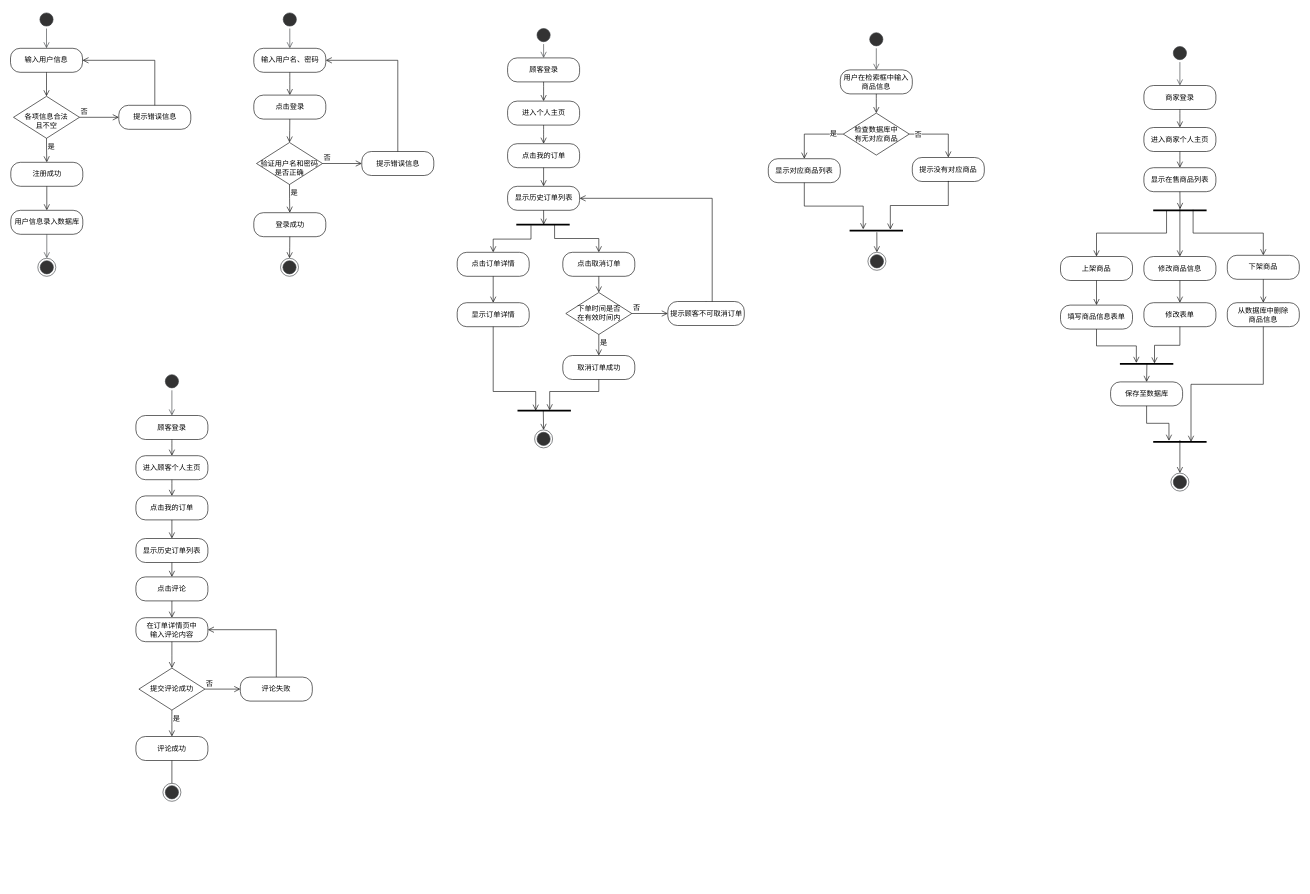
Earlier version of the draw.io diagram 数据库子功能流程图.drawio (guokaichina/database-ER). Source tidied: cells renumbered, new cells numbered last; positions are measured from the earlier drawing's top-left corner, leaving out a move shared by most shapes. Both pictures are drawn from the tidied source at 60%, with x=0, y=0 at pixel (10, 10).
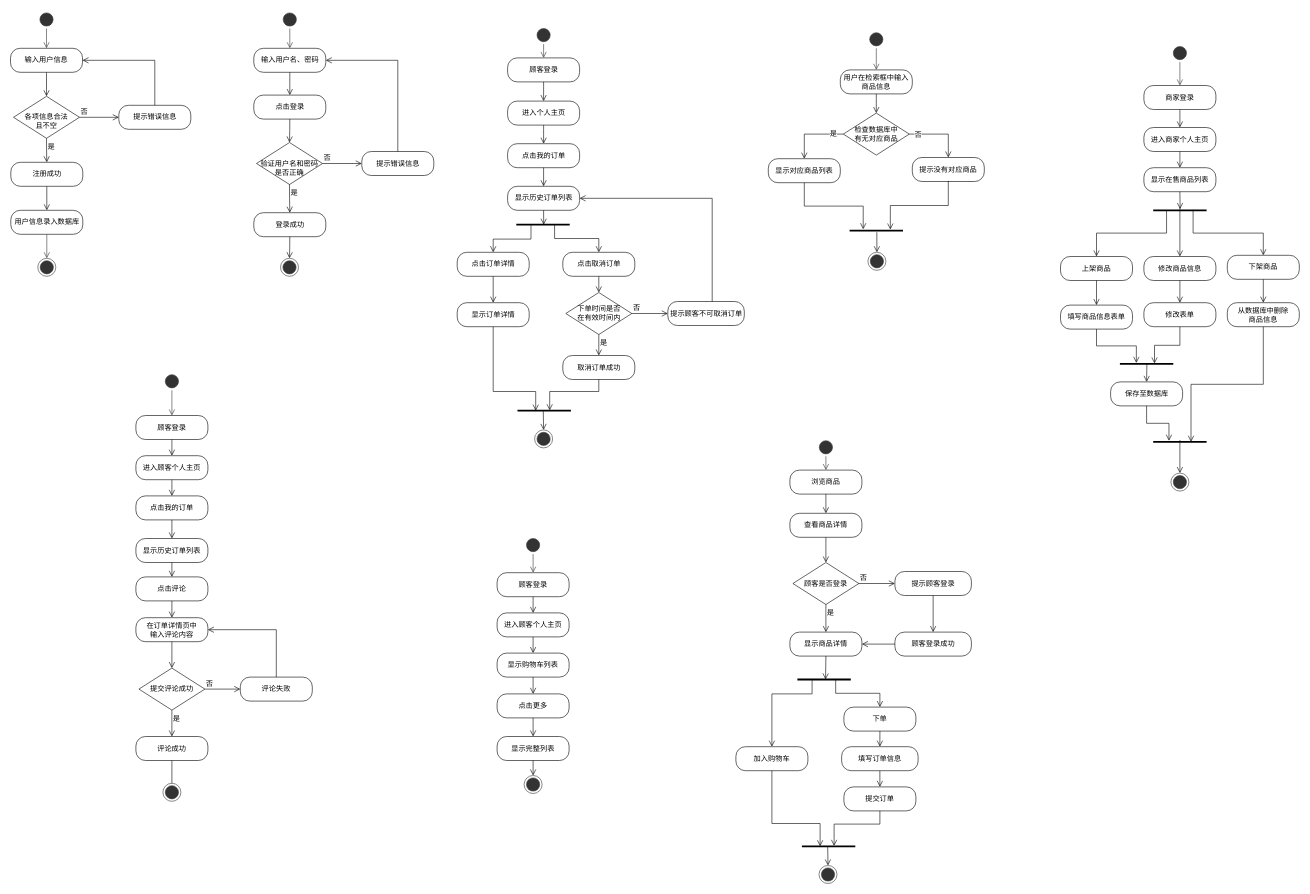
After the change.

Commit message (it also covers changes not shown here):
更新数据库子功能流程图.drawio

What changed in the source:
```diff
@@
+    <mxCell id="127" style="ellipse;html=1;shape=startState;fillColor=#333333;strokeColor=#36393d;" parent="1" vertex="1">
+      <mxGeometry x="856" y="876" width="30" height="30" as="geometry" />
+    </mxCell>
+    <mxCell id="128" style="html=1;verticalAlign=bottom;endArrow=open;endSize=8;rounded=0;targetPerimeterSpacing=8;entryX=0.5;entryY=0;entryDx=0;entryDy=0;fontStyle=0;fontSize=12;startArrow=none;exitX=0.5;exitY=1;exitDx=0;exitDy=0;fillColor=#eeeeee;strokeColor=#36393d;" parent="1" edge="1" source="127" target="129">
+      <mxGeometry relative="1" as="geometry" />
+    </mxCell>
+    <mxCell id="129" value="顾客登录" style="rounded=1;whiteSpace=wrap;html=1;arcSize=40;fontStyle=0;fontSize=12;" parent="1" vertex="1">
+      <mxGeometry x="811" y="937" width="120" height="40" as="geometry" />
+    </mxCell>
+    <mxCell id="130" style="edgeStyle=orthogonalEdgeStyle;html=1;verticalAlign=bottom;endArrow=open;endSize=8;rounded=0;sourcePerimeterSpacing=8;targetPerimeterSpacing=8;curved=1;exitX=0.5;exitY=1;exitDx=0;exitDy=0;fontStyle=0;fontSize=12;entryX=0.5;entryY=0;entryDx=0;entryDy=0;" parent="1" edge="1" source="129" target="131">
+      <mxGeometry relative="1" as="geometry" />
+    </mxCell>
+    <mxCell id="131" value="进入顾客个人主页" style="rounded=1;whiteSpace=wrap;html=1;arcSize=40;fontStyle=0;fontSize=12;" parent="1" vertex="1">
+      <mxGeometry x="811" y="1004" width="120" height="40" as="geometry" />
+    </mxCell>
+    <mxCell id="132" style="edgeStyle=orthogonalEdgeStyle;html=1;verticalAlign=bottom;endArrow=open;endSize=8;rounded=0;sourcePerimeterSpacing=8;targetPerimeterSpacing=8;curved=1;exitX=0.5;exitY=1;exitDx=0;exitDy=0;fontStyle=0;fontSize=12;entryX=0.5;entryY=0;entryDx=0;entryDy=0;" parent="1" edge="1" source="131" target="133">
+      <mxGeometry relative="1" as="geometry" />
+    </mxCell>
+    <mxCell id="133" value="显示购物车列表" style="rounded=1;whiteSpace=wrap;html=1;arcSize=40;fontStyle=0;fontSize=12;" parent="1" vertex="1">
+      <mxGeometry x="811" y="1071" width="120" height="40" as="geometry" />
+    </mxCell>
+    <mxCell id="134" style="html=1;verticalAlign=bottom;endArrow=open;endSize=8;rounded=0;sourcePerimeterSpacing=8;targetPerimeterSpacing=8;exitX=0.5;exitY=1;exitDx=0;exitDy=0;fontStyle=0;fontSize=12;entryX=0.5;entryY=0;entryDx=0;entryDy=0;" parent="1" edge="1" source="133" target="135">
+      <mxGeometry relative="1" as="geometry" />
+    </mxCell>
+    <mxCell id="135" value="点击更多" style="rounded=1;whiteSpace=wrap;html=1;arcSize=40;fontStyle=0;fontSize=12;" parent="1" vertex="1">
+      <mxGeometry x="811" y="1139" width="120" height="40" as="geometry" />
+    </mxCell>
+    <mxCell id="136" style="edgeStyle=orthogonalEdgeStyle;html=1;verticalAlign=bottom;endArrow=open;endSize=8;rounded=0;sourcePerimeterSpacing=8;targetPerimeterSpacing=8;curved=1;exitX=0.5;exitY=1;exitDx=0;exitDy=0;entryX=0.5;entryY=0;entryDx=0;entryDy=0;fontStyle=0;fontSize=12;" parent="1" edge="1" source="135" target="137">
+      <mxGeometry relative="1" as="geometry" />
+    </mxCell>
+    <mxCell id="137" value="显示完整列表" style="rounded=1;whiteSpace=wrap;html=1;arcSize=40;fontStyle=0;fontSize=12;" parent="1" vertex="1">
+      <mxGeometry x="811" y="1210" width="120" height="40" as="geometry" />
+    </mxCell>
+    <mxCell id="138" style="ellipse;html=1;shape=endState;fillColor=#333333;strokeColor=#36393d;" parent="1" vertex="1">
+      <mxGeometry x="856" y="1275" width="30" height="30" as="geometry" />
+    </mxCell>
+    <mxCell id="139" style="html=1;verticalAlign=bottom;endArrow=open;endSize=8;rounded=0;sourcePerimeterSpacing=8;fontStyle=0;fontSize=12;entryX=0.5;entryY=0;entryDx=0;entryDy=0;exitX=0.5;exitY=1;exitDx=0;exitDy=0;endFill=0;" parent="1" edge="1" source="137" target="138">
+      <mxGeometry relative="1" as="geometry" />
+    </mxCell>
+    <mxCell id="140" style="html=1;verticalAlign=bottom;endArrow=open;endSize=8;rounded=0;targetPerimeterSpacing=8;entryX=0.5;entryY=0;entryDx=0;entryDy=0;fontStyle=0;fontSize=12;startArrow=none;exitX=0.5;exitY=1;exitDx=0;exitDy=0;fillColor=#eeeeee;strokeColor=#36393d;" parent="1" edge="1" source="145" target="141">
+      <mxGeometry relative="1" as="geometry" />
+    </mxCell>
+    <mxCell id="141" value="浏览商品" style="rounded=1;whiteSpace=wrap;html=1;arcSize=40;fontStyle=0;fontSize=12;" parent="1" vertex="1">
+      <mxGeometry x="1299" y="766" width="120" height="40" as="geometry" />
+    </mxCell>
+    <mxCell id="142" style="edgeStyle=orthogonalEdgeStyle;html=1;verticalAlign=bottom;endArrow=open;endSize=8;rounded=0;sourcePerimeterSpacing=8;targetPerimeterSpacing=8;curved=1;exitX=0.5;exitY=1;exitDx=0;exitDy=0;entryX=0.5;entryY=0;entryDx=0;entryDy=0;fontStyle=0;fontSize=12;" parent="1" edge="1" source="141" target="146">
+      <mxGeometry relative="1" as="geometry" />
+    </mxCell>
+    <mxCell id="143" style="html=1;verticalAlign=bottom;endArrow=open;endSize=8;rounded=0;sourcePerimeterSpacing=8;targetPerimeterSpacing=8;exitX=0.483;exitY=0.5;exitDx=0;exitDy=0;entryX=0.5;entryY=0;entryDx=0;entryDy=0;fontStyle=0;fontSize=12;exitPerimeter=0;" parent="1" edge="1" source="160" target="144">
+      <mxGeometry relative="1" as="geometry" />
+    </mxCell>
+    <mxCell id="144" style="ellipse;html=1;shape=endState;fillColor=#333333;strokeColor=#36393d;" parent="1" vertex="1">
+      <mxGeometry x="1347.5" y="1425" width="30" height="30" as="geometry" />
+    </mxCell>
+    <mxCell id="145" style="ellipse;html=1;shape=startState;fillColor=#333333;strokeColor=#36393d;" parent="1" vertex="1">
+      <mxGeometry x="1344" y="713" width="30" height="30" as="geometry" />
+    </mxCell>
+    <mxCell id="146" value="查看商品详情" style="rounded=1;whiteSpace=wrap;html=1;arcSize=40;fontStyle=0;fontSize=12;" parent="1" vertex="1">
+      <mxGeometry x="1299" y="838" width="120" height="40" as="geometry" />
+    </mxCell>
+    <mxCell id="147" style="edgeStyle=orthogonalEdgeStyle;html=1;verticalAlign=bottom;endArrow=open;endSize=8;rounded=0;sourcePerimeterSpacing=8;targetPerimeterSpacing=8;curved=1;exitX=0.5;exitY=1;exitDx=0;exitDy=0;entryX=0.5;entryY=0;entryDx=0;entryDy=0;fontStyle=0;fontSize=12;" parent="1" edge="1" source="146" target="162">
+      <mxGeometry relative="1" as="geometry" />
+    </mxCell>
+    <mxCell id="148" value="显示商品详情" style="rounded=1;whiteSpace=wrap;html=1;arcSize=40;fontStyle=0;fontSize=12;" parent="1" vertex="1">
+      <mxGeometry x="1299" y="1036" width="120" height="40" as="geometry" />
+    </mxCell>
+    <mxCell id="149" style="html=1;verticalAlign=bottom;endArrow=open;endSize=8;rounded=0;sourcePerimeterSpacing=8;targetPerimeterSpacing=8;exitX=0.5;exitY=1;exitDx=0;exitDy=0;fontStyle=0;fontSize=12;entryX=0.527;entryY=0.486;entryDx=0;entryDy=0;entryPerimeter=0;" parent="1" edge="1" source="148" target="150">
+      <mxGeometry relative="1" as="geometry" />
+    </mxCell>
+    <mxCell id="150" style="line;strokeWidth=3;fillColor=none;align=left;verticalAlign=middle;spacingTop=-1;spacingLeft=3;spacingRight=3;labelPosition=right;points=[];portConstraint=eastwest;strokeColor=inherit;fontSize=12;" parent="1" vertex="1">
+      <mxGeometry x="1311.5" y="1111" width="89" height="8" as="geometry" />
+    </mxCell>
+    <mxCell id="151" value="加入购物车" style="rounded=1;whiteSpace=wrap;html=1;arcSize=40;fontStyle=0;fontSize=12;" parent="1" vertex="1">
+      <mxGeometry x="1209" y="1227" width="120" height="40" as="geometry" />
+    </mxCell>
+    <mxCell id="152" value="下单" style="rounded=1;whiteSpace=wrap;html=1;arcSize=40;fontStyle=0;fontSize=12;" parent="1" vertex="1">
+      <mxGeometry x="1389" y="1161" width="120" height="40" as="geometry" />
+    </mxCell>
+    <mxCell id="153" style="html=1;verticalAlign=bottom;endArrow=open;endSize=8;rounded=0;sourcePerimeterSpacing=8;targetPerimeterSpacing=8;exitX=0.275;exitY=0.625;exitDx=0;exitDy=0;fontStyle=0;fontSize=12;entryX=0.5;entryY=0;entryDx=0;entryDy=0;exitPerimeter=0;edgeStyle=elbowEdgeStyle;elbow=vertical;" parent="1" edge="1" source="150" target="151">
+      <mxGeometry relative="1" as="geometry">
+        <Array as="points">
+          <mxPoint x="1316" y="1139" />
+        </Array>
+      </mxGeometry>
+    </mxCell>
+    <mxCell id="154" style="html=1;verticalAlign=bottom;endArrow=open;endSize=8;rounded=0;sourcePerimeterSpacing=8;targetPerimeterSpacing=8;exitX=0.717;exitY=0.458;exitDx=0;exitDy=0;fontStyle=0;fontSize=12;entryX=0.5;entryY=0;entryDx=0;entryDy=0;exitPerimeter=0;edgeStyle=elbowEdgeStyle;elbow=vertical;" parent="1" edge="1" source="150" target="152">
+      <mxGeometry relative="1" as="geometry" />
+    </mxCell>
+    <mxCell id="155" style="html=1;align=left;verticalAlign=top;endArrow=open;endSize=8;rounded=0;sourcePerimeterSpacing=8;targetPerimeterSpacing=8;exitX=0.5;exitY=1;exitDx=0;exitDy=0;entryX=0.5;entryY=0;entryDx=0;entryDy=0;fontStyle=0;fontSize=12;" parent="1" edge="1" source="156" target="158">
+      <mxGeometry x="1" y="226" relative="1" as="geometry">
+        <mxPoint x="-2" y="30" as="offset" />
+      </mxGeometry>
+    </mxCell>
+    <mxCell id="156" value="填写订单信息" style="rounded=1;whiteSpace=wrap;html=1;arcSize=40;fontStyle=0;fontSize=12;" parent="1" vertex="1">
+      <mxGeometry x="1385.2" y="1227" width="127.5" height="40" as="geometry" />
+    </mxCell>
+    <mxCell id="157" style="edgeStyle=orthogonalEdgeStyle;html=1;align=left;verticalAlign=top;endArrow=open;endSize=8;rounded=0;sourcePerimeterSpacing=8;targetPerimeterSpacing=8;curved=1;exitX=0.5;exitY=1;exitDx=0;exitDy=0;entryX=0.5;entryY=0;entryDx=0;entryDy=0;fontStyle=0;fontSize=12;" parent="1" edge="1" source="152" target="156">
+      <mxGeometry x="-1" relative="1" as="geometry" />
+    </mxCell>
+    <mxCell id="158" value="提交订单" style="rounded=1;whiteSpace=wrap;html=1;arcSize=40;fontStyle=0;fontSize=12;" parent="1" vertex="1">
+      <mxGeometry x="1389" y="1294" width="120" height="40" as="geometry" />
+    </mxCell>
+    <mxCell id="159" style="edgeStyle=elbowEdgeStyle;html=1;verticalAlign=bottom;endArrow=open;endSize=8;rounded=0;sourcePerimeterSpacing=8;targetPerimeterSpacing=8;exitX=0.5;exitY=1;exitDx=0;exitDy=0;entryX=0.603;entryY=0.417;entryDx=0;entryDy=0;fontStyle=0;fontSize=12;entryPerimeter=0;elbow=vertical;" parent="1" edge="1" source="158" target="160">
+      <mxGeometry relative="1" as="geometry">
+        <Array as="points">
+          <mxPoint x="1393" y="1356" />
+          <mxPoint x="1420.5" y="1362" />
+        </Array>
+      </mxGeometry>
+    </mxCell>
+    <mxCell id="160" style="line;strokeWidth=3;fillColor=none;align=left;verticalAlign=middle;spacingTop=-1;spacingLeft=3;spacingRight=3;labelPosition=right;points=[];portConstraint=eastwest;strokeColor=inherit;fontSize=12;" parent="1" vertex="1">
+      <mxGeometry x="1319" y="1389" width="89" height="8" as="geometry" />
+    </mxCell>
+    <mxCell id="161" style="html=1;verticalAlign=bottom;endArrow=open;endSize=8;rounded=0;sourcePerimeterSpacing=8;targetPerimeterSpacing=8;exitX=0.5;exitY=1;exitDx=0;exitDy=0;fontStyle=0;fontSize=12;entryX=0.341;entryY=0.5;entryDx=0;entryDy=0;entryPerimeter=0;edgeStyle=elbowEdgeStyle;elbow=vertical;" parent="1" edge="1" source="151" target="160">
+      <mxGeometry relative="1" as="geometry">
+        <Array as="points">
+          <mxPoint x="1304" y="1355" />
+          <mxPoint x="1297" y="1379" />
+          <mxPoint x="1313" y="1393" />
+          <mxPoint x="1306" y="1410" />
+        </Array>
+      </mxGeometry>
+    </mxCell>
+    <mxCell id="162" value="顾客是否登录" style="rhombus;whiteSpace=wrap;html=1;fontStyle=0;fontSize=12;" parent="1" vertex="1">
+      <mxGeometry x="1304" y="920" width="110" height="70" as="geometry" />
+    </mxCell>
+    <mxCell id="163" value="否" style="html=1;align=left;verticalAlign=bottom;endArrow=open;endSize=8;rounded=0;sourcePerimeterSpacing=8;targetPerimeterSpacing=8;exitX=1;exitY=0.5;exitDx=0;exitDy=0;entryX=0;entryY=0.5;entryDx=0;entryDy=0;fontStyle=0;fontSize=12;" parent="1" edge="1" source="162" target="165">
+      <mxGeometry x="-1" relative="1" as="geometry" />
+    </mxCell>
+    <mxCell id="164" value="是" style="html=1;align=left;verticalAlign=top;endArrow=open;endSize=8;rounded=0;sourcePerimeterSpacing=8;targetPerimeterSpacing=8;exitX=0.5;exitY=1;exitDx=0;exitDy=0;entryX=0.5;entryY=0;entryDx=0;entryDy=0;fontStyle=0;fontSize=12;" parent="1" edge="1" source="162" target="148">
+      <mxGeometry x="-1" relative="1" as="geometry" />
+    </mxCell>
+    <mxCell id="165" value="提示顾客登录" style="rounded=1;whiteSpace=wrap;html=1;arcSize=40;fontStyle=0;fontSize=12;" parent="1" vertex="1">
+      <mxGeometry x="1474" y="935" width="127.5" height="40" as="geometry" />
+    </mxCell>
+    <mxCell id="166" style="html=1;verticalAlign=bottom;endArrow=open;endSize=8;rounded=0;sourcePerimeterSpacing=8;targetPerimeterSpacing=8;exitX=0.5;exitY=1;exitDx=0;exitDy=0;fontStyle=0;fontSize=12;entryX=0.5;entryY=0;entryDx=0;entryDy=0;" parent="1" edge="1" source="165" target="167">
+      <mxGeometry relative="1" as="geometry" />
+    </mxCell>
+    <mxCell id="167" value="顾客登录成功" style="rounded=1;whiteSpace=wrap;html=1;arcSize=40;fontStyle=0;fontSize=12;" parent="1" vertex="1">
+      <mxGeometry x="1474" y="1036" width="127.5" height="40" as="geometry" />
+    </mxCell>
+    <mxCell id="168" style="html=1;verticalAlign=bottom;endArrow=open;endSize=8;rounded=0;sourcePerimeterSpacing=8;targetPerimeterSpacing=8;fontStyle=0;fontSize=12;entryX=1;entryY=0.5;entryDx=0;entryDy=0;exitX=0;exitY=0.5;exitDx=0;exitDy=0;" parent="1" edge="1" source="167" target="148">
+      <mxGeometry relative="1" as="geometry" />
+    </mxCell>
```
